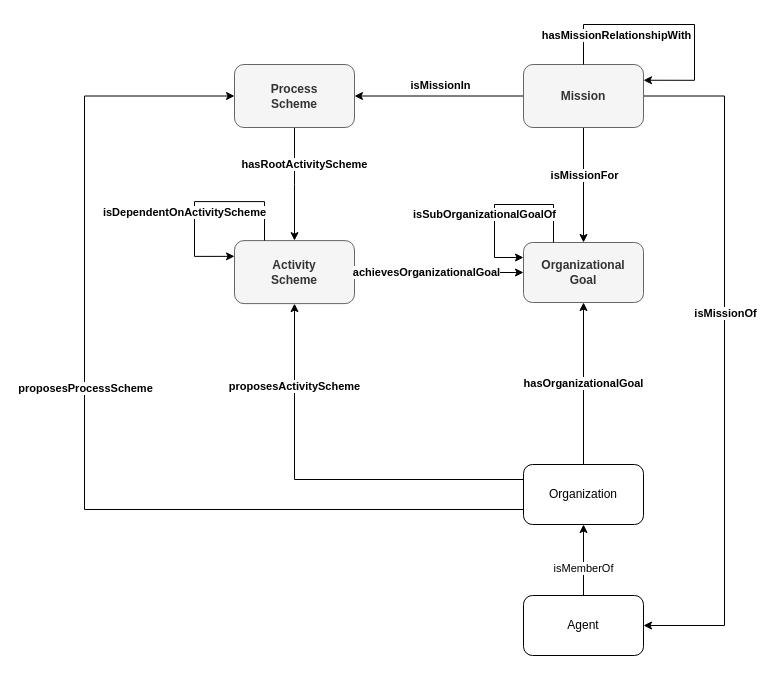
HyperAgents/hmas keeps this draw.io diagram as domains/logistics/coordinate-activities/coordinate-activities.drawio. Above is the earlier version. Source tidied: cells renumbered, new cells numbered last; positions are measured from the earlier drawing's top-left corner, leaving out a move shared by most shapes. Both pictures are drawn from the tidied source at 100%, with x=0, y=0 at pixel (84, 24).
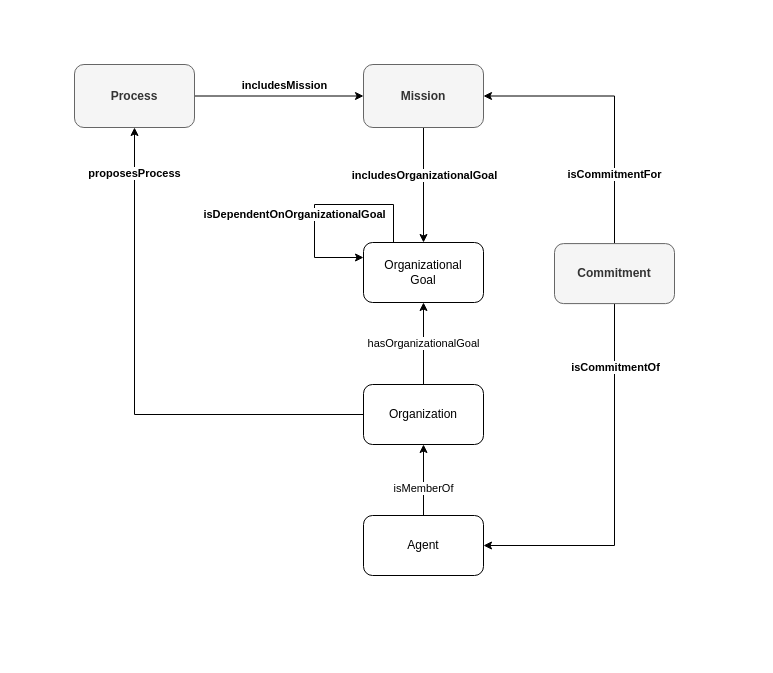
The same diagram, later.

What changed in the source:
```diff
@@
-    <mxCell id="0" />
-    <mxCell id="1" parent="0" />
+    <mxCell id="25" />
+    <mxCell id="26" parent="25" />
-    <mxCell id="2" value="isMemberOf" style="edgeStyle=orthogonalEdgeStyle;rounded=0;jettySize=auto;html=1;exitX=0.5;exitY=1;exitDx=0;exitDy=0;entryX=0.5;entryY=0;entryDx=0;entryDy=0;startArrow=classic;startFill=1;endArrow=none;endFill=0;" parent="1" edge="1" source="5" target="8">
+    <mxCell id="2" value="isMemberOf" style="edgeStyle=orthogonalEdgeStyle;rounded=0;jettySize=auto;html=1;exitX=0.5;exitY=1;exitDx=0;exitDy=0;entryX=0.5;entryY=0;entryDx=0;entryDy=0;startArrow=classic;startFill=1;endArrow=none;endFill=0;" parent="26" edge="1" source="5" target="8">
       <mxGeometry x="0.24" relative="1" as="geometry" />
     </mxCell>
-    <mxCell id="3" style="edgeStyle=orthogonalEdgeStyle;rounded=0;jettySize=auto;html=1;exitX=0;exitY=0.75;exitDx=0;exitDy=0;entryX=0;entryY=0.5;entryDx=0;entryDy=0;startArrow=none;startFill=0;endArrow=classic;endFill=1;" parent="1" edge="1" source="5" target="17">
-      <mxGeometry relative="1" as="geometry">
-        <Array as="points">
-          <mxPoint y="485" />
-          <mxPoint y="72" />
-        </Array>
-      </mxGeometry>
-    </mxCell>
-    <mxCell id="4" value="proposesProcessScheme" style="edgeLabel;html=1;align=center;verticalAlign=middle;fontStyle=1;" parent="3" vertex="1">
-      <mxGeometry x="0.12" relative="1" as="geometry" />
-    </mxCell>
+    <mxCell id="27" value="proposesProcess" style="edgeStyle=orthogonalEdgeStyle;rounded=0;jettySize=auto;html=1;exitX=0;exitY=0.5;exitDx=0;exitDy=0;fontStyle=1;" parent="26" edge="1" source="5" target="34">
+      <mxGeometry x="0.82" relative="1" as="geometry" />
+    </mxCell>
-    <mxCell id="5" value="Organization" style="rounded=1;whiteSpace=wrap;html=1;" parent="1" vertex="1">
-      <mxGeometry x="439" y="440" width="120" height="60" as="geometry" />
+    <mxCell id="5" value="Organization" style="rounded=1;whiteSpace=wrap;html=1;" parent="26" vertex="1">
+      <mxGeometry x="279" y="360" width="120" height="60" as="geometry" />
     </mxCell>
-    <mxCell id="6" style="edgeStyle=orthogonalEdgeStyle;rounded=0;jettySize=auto;html=1;exitX=1;exitY=0.5;exitDx=0;exitDy=0;entryX=1;entryY=0.5;entryDx=0;entryDy=0;startArrow=classic;startFill=1;endArrow=none;endFill=0;fontStyle=0;" parent="1" edge="1" source="8" target="22">
-      <mxGeometry relative="1" as="geometry">
-        <Array as="points">
-          <mxPoint x="640" y="601" />
-          <mxPoint x="640" y="72" />
-        </Array>
-      </mxGeometry>
-    </mxCell>
-    <mxCell id="7" value="&lt;span style=&quot;&quot;&gt;&lt;b&gt;isMissionOf&lt;/b&gt;&lt;/span&gt;" style="edgeLabel;html=1;align=center;verticalAlign=middle;fontStyle=0;" parent="6" vertex="1">
-      <mxGeometry x="0.14" relative="1" as="geometry" />
-    </mxCell>
+    <mxCell id="28" style="edgeStyle=orthogonalEdgeStyle;rounded=0;jettySize=auto;html=1;exitX=1;exitY=0.5;exitDx=0;exitDy=0;entryX=0.5;entryY=1;entryDx=0;entryDy=0;startArrow=classic;startFill=1;endArrow=none;endFill=0;fontStyle=0;" parent="26" edge="1" source="8" target="33">
+      <mxGeometry relative="1" as="geometry">
+        <Array as="points">
+          <mxPoint x="530" y="521" />
+        </Array>
+      </mxGeometry>
+    </mxCell>
+    <mxCell id="29" value="&lt;span style=&quot;&quot;&gt;&lt;b&gt;isCommitmentOf&lt;/b&gt;&lt;/span&gt;" style="edgeLabel;html=1;align=center;verticalAlign=middle;fontStyle=0;" parent="28" vertex="1">
+      <mxGeometry x="0.14" relative="1" as="geometry">
+        <mxPoint y="-97" as="offset" />
+      </mxGeometry>
+    </mxCell>
-    <mxCell id="8" value="Agent" style="rounded=1;whiteSpace=wrap;html=1;" parent="1" vertex="1">
-      <mxGeometry x="439" y="571" width="120" height="60" as="geometry" />
+    <mxCell id="8" value="Agent" style="rounded=1;whiteSpace=wrap;html=1;" parent="26" vertex="1">
+      <mxGeometry x="279" y="491" width="120" height="60" as="geometry" />
     </mxCell>
-    <mxCell id="9" value="Activity&lt;br&gt;Scheme" style="rounded=1;whiteSpace=wrap;html=1;fontSize=12;fontStyle=1;fillColor=#f5f5f5;fontColor=#333333;strokeColor=#666666;" parent="1" vertex="1">
-      <mxGeometry x="150" y="216.1" width="120" height="63" as="geometry" />
-    </mxCell>
-    <mxCell id="10" value="achievesOrganizationalGoal" style="endArrow=none;html=1;rounded=0;startArrow=classic;startFill=1;endFill=0;fontStyle=1;edgeStyle=orthogonalEdgeStyle;exitX=0;exitY=0.5;exitDx=0;exitDy=0;entryX=1;entryY=0.5;entryDx=0;entryDy=0;" parent="1" edge="1" source="13" target="9">
-      <mxGeometry y="-12" relative="1" as="geometry">
-        <mxPoint x="-12" y="12" as="offset" />
-      </mxGeometry>
-    </mxCell>
-    <mxCell id="11" value="proposesActivityScheme" style="edgeStyle=orthogonalEdgeStyle;rounded=0;jettySize=auto;html=1;entryX=0.5;entryY=1;entryDx=0;entryDy=0;exitX=0;exitY=0.25;exitDx=0;exitDy=0;fontStyle=1;" parent="1" edge="1" source="5" target="9">
-      <mxGeometry x="0.59" relative="1" as="geometry" />
-    </mxCell>
-    <mxCell id="12" value="hasOrganizationalGoal" style="endArrow=none;html=1;rounded=0;startArrow=classic;startFill=1;endFill=0;exitX=0.5;exitY=1;exitDx=0;exitDy=0;entryX=0.5;entryY=0;entryDx=0;entryDy=0;fontStyle=1;" parent="1" edge="1" source="13" target="5">
+    <mxCell id="12" value="hasOrganizationalGoal" style="endArrow=none;html=1;rounded=0;startArrow=classic;startFill=1;endFill=0;exitX=0.5;exitY=1;exitDx=0;exitDy=0;entryX=0.5;entryY=0;entryDx=0;entryDy=0;fontStyle=0;" parent="26" edge="1" source="13" target="5">
       <mxGeometry relative="1" as="geometry" />
     </mxCell>
-    <mxCell id="13" value="Organizational&lt;br&gt;Goal" style="rounded=1;whiteSpace=wrap;html=1;fontStyle=1;fillColor=#f5f5f5;fontColor=#333333;strokeColor=#666666;" parent="1" vertex="1">
-      <mxGeometry x="439" y="218" width="120" height="60" as="geometry" />
+    <mxCell id="13" value="Organizational&lt;br&gt;Goal" style="rounded=1;whiteSpace=wrap;html=1;fontStyle=0;" parent="26" vertex="1">
+      <mxGeometry x="279" y="218" width="120" height="60" as="geometry" />
     </mxCell>
-    <mxCell id="14" value="isDependentOnActivityScheme" style="edgeStyle=orthogonalEdgeStyle;rounded=0;orthogonalLoop=1;jettySize=auto;html=1;exitX=0.25;exitY=0;exitDx=0;exitDy=0;entryX=0;entryY=0.25;entryDx=0;entryDy=0;fontStyle=1;" parent="1" edge="1" source="9" target="9">
-      <mxGeometry x="0.18" y="-10" relative="1" as="geometry">
-        <Array as="points">
-          <mxPoint x="180" y="177.1" />
-          <mxPoint x="110" y="177.1" />
-          <mxPoint x="110" y="231.1" />
-        </Array>
-      </mxGeometry>
-    </mxCell>
-    <mxCell id="15" value="isSubOrganizationalGoalOf" style="edgeStyle=orthogonalEdgeStyle;rounded=0;orthogonalLoop=1;jettySize=auto;html=1;exitX=0.25;exitY=0;exitDx=0;exitDy=0;entryX=0;entryY=0.25;entryDx=0;entryDy=0;fontStyle=1;" parent="1" edge="1" source="13" target="13">
-      <mxGeometry x="0.2" y="-10" relative="1" as="geometry">
+    <mxCell id="15" value="isDependentOnOrganizationalGoal" style="edgeStyle=orthogonalEdgeStyle;rounded=0;orthogonalLoop=1;jettySize=auto;html=1;exitX=0.25;exitY=0;exitDx=0;exitDy=0;entryX=0;entryY=0.25;entryDx=0;entryDy=0;fontStyle=1;" parent="26" edge="1" source="13" target="13">
+      <mxGeometry x="0.16" y="-20" relative="1" as="geometry">
         <Array as="points">
-          <mxPoint x="469" y="180" />
-          <mxPoint x="410" y="180" />
-          <mxPoint x="410" y="233" />
+          <mxPoint x="309" y="180" />
+          <mxPoint x="230" y="180" />
+          <mxPoint x="230" y="233" />
         </Array>
       </mxGeometry>
     </mxCell>
-    <mxCell id="16" value="&lt;font color=&quot;#000000&quot;&gt;hasRootActivityScheme&lt;/font&gt;" style="edgeStyle=orthogonalEdgeStyle;rounded=0;jettySize=auto;html=1;exitX=0.5;exitY=0;exitDx=0;exitDy=0;entryX=0.5;entryY=1;entryDx=0;entryDy=0;fontColor=#FFFFFF;fontStyle=1;startArrow=classic;startFill=1;endArrow=none;endFill=0;" parent="1" edge="1" source="9" target="17">
-      <mxGeometry x="0.35" y="-10" relative="1" as="geometry">
-        <Array as="points">
-          <mxPoint x="210" y="160" />
-          <mxPoint x="210" y="160" />
-        </Array>
-      </mxGeometry>
-    </mxCell>
-    <mxCell id="17" value="Process&lt;br&gt;Scheme" style="rounded=1;whiteSpace=wrap;html=1;fontSize=12;fontStyle=1;fillColor=#f5f5f5;fontColor=#333333;strokeColor=#666666;" parent="1" vertex="1">
-      <mxGeometry x="150" y="40" width="120" height="63" as="geometry" />
-    </mxCell>
-    <mxCell id="18" style="edgeStyle=orthogonalEdgeStyle;rounded=0;jettySize=auto;html=1;exitX=0.5;exitY=1;exitDx=0;exitDy=0;entryX=0.5;entryY=0;entryDx=0;entryDy=0;" parent="1" edge="1" source="22" target="13">
+    <mxCell id="18" style="edgeStyle=orthogonalEdgeStyle;rounded=0;jettySize=auto;html=1;exitX=0.5;exitY=1;exitDx=0;exitDy=0;entryX=0.5;entryY=0;entryDx=0;entryDy=0;" parent="26" edge="1" source="22" target="13">
       <mxGeometry relative="1" as="geometry" />
     </mxCell>
-    <mxCell id="19" value="&lt;b&gt;isMissionFor&lt;/b&gt;" style="edgeLabel;html=1;align=center;verticalAlign=middle;" parent="18" vertex="1">
-      <mxGeometry x="0.27" y="1" relative="1" as="geometry">
-        <mxPoint x="-1" y="-26" as="offset" />
-      </mxGeometry>
-    </mxCell>
-    <mxCell id="20" style="edgeStyle=orthogonalEdgeStyle;rounded=0;jettySize=auto;html=1;exitX=0;exitY=0.5;exitDx=0;exitDy=0;entryX=1;entryY=0.5;entryDx=0;entryDy=0;" parent="1" edge="1" source="22" target="17">
-      <mxGeometry relative="1" as="geometry" />
-    </mxCell>
-    <mxCell id="21" value="isMissionIn" style="edgeLabel;html=1;align=center;verticalAlign=middle;fontStyle=1;" parent="20" vertex="1">
-      <mxGeometry x="-0.01" y="2" relative="1" as="geometry">
-        <mxPoint y="-13" as="offset" />
-      </mxGeometry>
-    </mxCell>
+    <mxCell id="30" value="&lt;b&gt;includesOrganizationalGoal&lt;/b&gt;" style="edgeLabel;html=1;align=center;verticalAlign=middle;" parent="18" vertex="1">
+      <mxGeometry x="0.27" y="1" relative="1" as="geometry">
+        <mxPoint x="-1" y="-26" as="offset" />
+      </mxGeometry>
+    </mxCell>
+    <mxCell id="31" value="isCommitmentFor" style="edgeStyle=orthogonalEdgeStyle;rounded=0;jettySize=auto;html=1;exitX=1;exitY=0.5;exitDx=0;exitDy=0;entryX=0.5;entryY=0;entryDx=0;entryDy=0;startArrow=classic;startFill=1;endArrow=none;endFill=0;fontStyle=1;" parent="26" edge="1" source="22" target="33">
+      <mxGeometry x="0.5" relative="1" as="geometry" />
+    </mxCell>
+    <mxCell id="32" value="includesMission" style="edgeStyle=orthogonalEdgeStyle;rounded=0;jettySize=auto;html=1;exitX=1;exitY=0.5;exitDx=0;exitDy=0;entryX=0;entryY=0.5;entryDx=0;entryDy=0;fontStyle=1;" parent="26" edge="1" source="34" target="22">
+      <mxGeometry x="0.07" y="11" relative="1" as="geometry" />
+    </mxCell>
-    <mxCell id="22" value="&lt;span style=&quot;&quot;&gt;&lt;b&gt;Mission&lt;/b&gt;&lt;/span&gt;" style="rounded=1;whiteSpace=wrap;html=1;fontSize=12;fontStyle=0;fillColor=#f5f5f5;fontColor=#333333;strokeColor=#666666;" parent="1" vertex="1">
-      <mxGeometry x="439" y="40" width="120" height="63" as="geometry" />
+    <mxCell id="22" value="&lt;span style=&quot;&quot;&gt;&lt;b&gt;Mission&lt;/b&gt;&lt;/span&gt;" style="rounded=1;whiteSpace=wrap;html=1;fontSize=12;fontStyle=0;fillColor=#f5f5f5;fontColor=#333333;strokeColor=#666666;" parent="26" vertex="1">
+      <mxGeometry x="279" y="40" width="120" height="63" as="geometry" />
     </mxCell>
-    <mxCell id="23" style="edgeStyle=orthogonalEdgeStyle;rounded=0;orthogonalLoop=1;jettySize=auto;html=1;exitX=0.5;exitY=0;exitDx=0;exitDy=0;entryX=1;entryY=0.25;entryDx=0;entryDy=0;fontStyle=1;" parent="1" edge="1" source="22" target="22">
-      <mxGeometry relative="1" as="geometry">
-        <Array as="points">
-          <mxPoint x="499" />
-          <mxPoint x="610" />
-          <mxPoint x="610" y="56" />
-        </Array>
-      </mxGeometry>
-    </mxCell>
-    <mxCell id="24" value="hasMissionRelationshipWith" style="edgeLabel;html=1;align=center;verticalAlign=middle;fontStyle=1;" parent="23" vertex="1">
-      <mxGeometry x="-0.38" relative="1" as="geometry">
-        <mxPoint x="-8" y="10" as="offset" />
-      </mxGeometry>
-    </mxCell>
+    <mxCell id="33" value="Commitment" style="rounded=1;whiteSpace=wrap;html=1;fontStyle=1;fillColor=#f5f5f5;fontColor=#333333;strokeColor=#666666;" parent="26" vertex="1">
+      <mxGeometry x="470" y="219.1" width="120" height="60" as="geometry" />
+    </mxCell>
+    <mxCell id="34" value="&lt;span style=&quot;&quot;&gt;&lt;b&gt;Process&lt;/b&gt;&lt;/span&gt;" style="rounded=1;whiteSpace=wrap;html=1;fontSize=12;fontStyle=0;fillColor=#f5f5f5;fontColor=#333333;strokeColor=#666666;" parent="26" vertex="1">
+      <mxGeometry x="-10" y="40" width="120" height="63" as="geometry" />
+    </mxCell>
```
